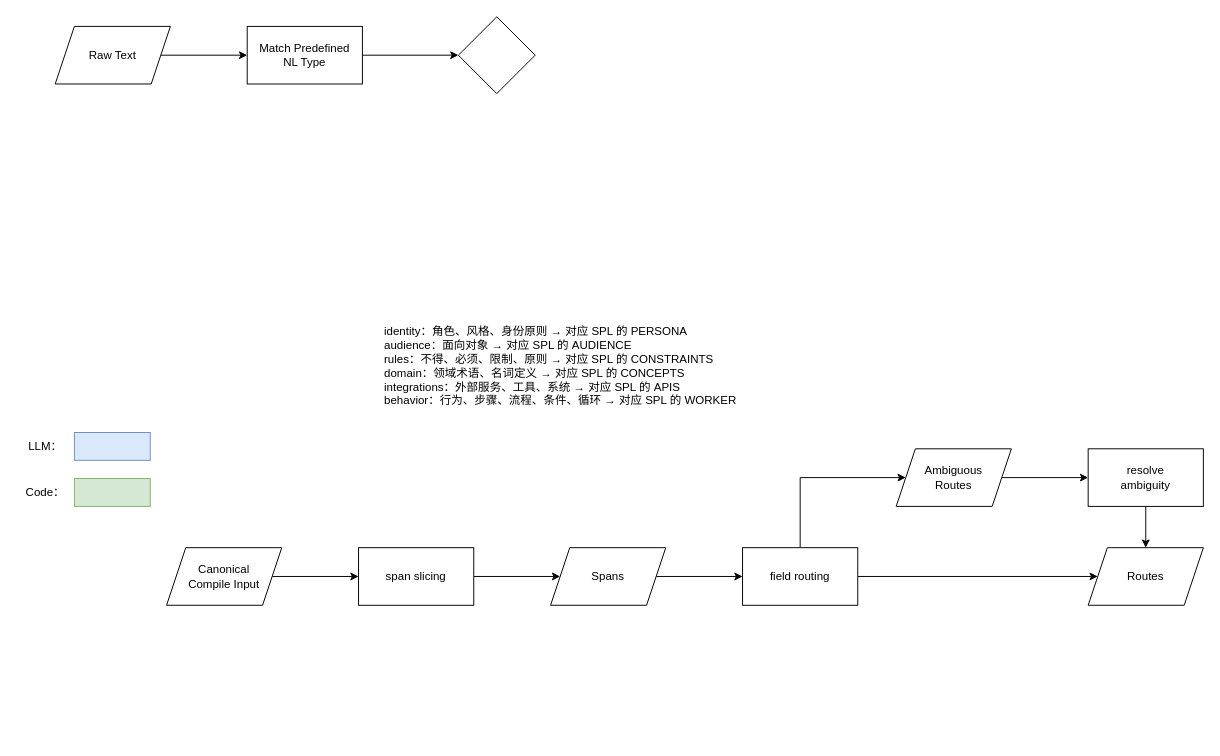
This is docs/Compile Pipeline.drawio from 6chenhua/NL2SPL-Compile-Pipeline, a draw.io file, before an edit. Source tidied: cells renumbered, new cells numbered last; positions are measured from the earlier drawing's top-left corner, leaving out a move shared by most shapes. Both pictures are drawn from the tidied source at 96%, with x=0, y=0 at pixel (16, 16).
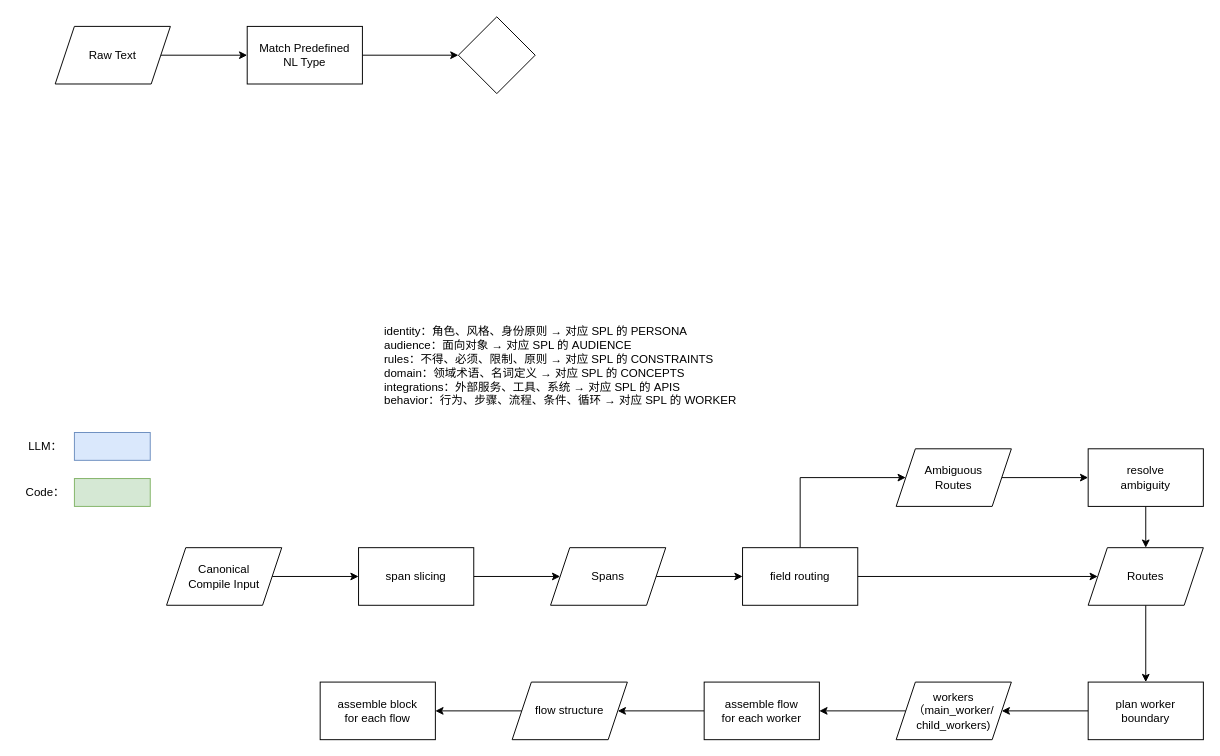
The same diagram, later.

The change refers to these unchanged cells:
```xml
<mxCell id="25" value="Routes" style="shape=parallelogram;perimeter=parallelogramPerimeter;whiteSpace=wrap;html=1;fixedSize=1;" parent="1" vertex="1">
  <mxGeometry x="1116" y="553" width="120" height="60" as="geometry" />
</mxCell>
```

Change to the diagram source:
```diff
@@
+    <mxCell id="26" style="edgeStyle=orthogonalEdgeStyle;rounded=0;jettySize=auto;html=1;" parent="1" edge="1" source="25" target="28">
+      <mxGeometry relative="1" as="geometry" />
+    </mxCell>
@@
+    <mxCell id="27" style="edgeStyle=orthogonalEdgeStyle;rounded=0;jettySize=auto;html=1;" parent="1" edge="1" source="28" target="30">
+      <mxGeometry relative="1" as="geometry" />
+    </mxCell>
+    <mxCell id="28" value="plan worker&lt;div&gt;boundary&lt;/div&gt;" style="whiteSpace=wrap;html=1;" parent="1" vertex="1">
+      <mxGeometry x="1116" y="693" width="120" height="60" as="geometry" />
+    </mxCell>
+    <mxCell id="29" style="edgeStyle=orthogonalEdgeStyle;rounded=0;jettySize=auto;html=1;" parent="1" edge="1" source="30" target="32">
+      <mxGeometry relative="1" as="geometry" />
+    </mxCell>
+    <mxCell id="30" value="workers&lt;div&gt;（main_worker/&lt;/div&gt;&lt;div&gt;child_workers)&lt;/div&gt;" style="shape=parallelogram;perimeter=parallelogramPerimeter;whiteSpace=wrap;html=1;fixedSize=1;" parent="1" vertex="1">
+      <mxGeometry x="916" y="693" width="120" height="60" as="geometry" />
+    </mxCell>
+    <mxCell id="31" style="edgeStyle=orthogonalEdgeStyle;rounded=0;jettySize=auto;html=1;" parent="1" edge="1" source="32" target="34">
+      <mxGeometry relative="1" as="geometry" />
+    </mxCell>
+    <mxCell id="32" value="assemble flow&lt;div&gt;for each worker&lt;/div&gt;" style="whiteSpace=wrap;html=1;" parent="1" vertex="1">
+      <mxGeometry x="716" y="693" width="120" height="60" as="geometry" />
+    </mxCell>
+    <mxCell id="33" style="edgeStyle=orthogonalEdgeStyle;rounded=0;jettySize=auto;html=1;" parent="1" edge="1" source="34" target="35">
+      <mxGeometry relative="1" as="geometry" />
+    </mxCell>
+    <mxCell id="34" value="flow structure" style="shape=parallelogram;perimeter=parallelogramPerimeter;whiteSpace=wrap;html=1;fixedSize=1;" parent="1" vertex="1">
+      <mxGeometry x="516" y="693" width="120" height="60" as="geometry" />
+    </mxCell>
+    <mxCell id="35" value="assemble block&lt;div&gt;for each flow&lt;/div&gt;" style="whiteSpace=wrap;html=1;" parent="1" vertex="1">
+      <mxGeometry x="316" y="693" width="120" height="60" as="geometry" />
+    </mxCell>
```
